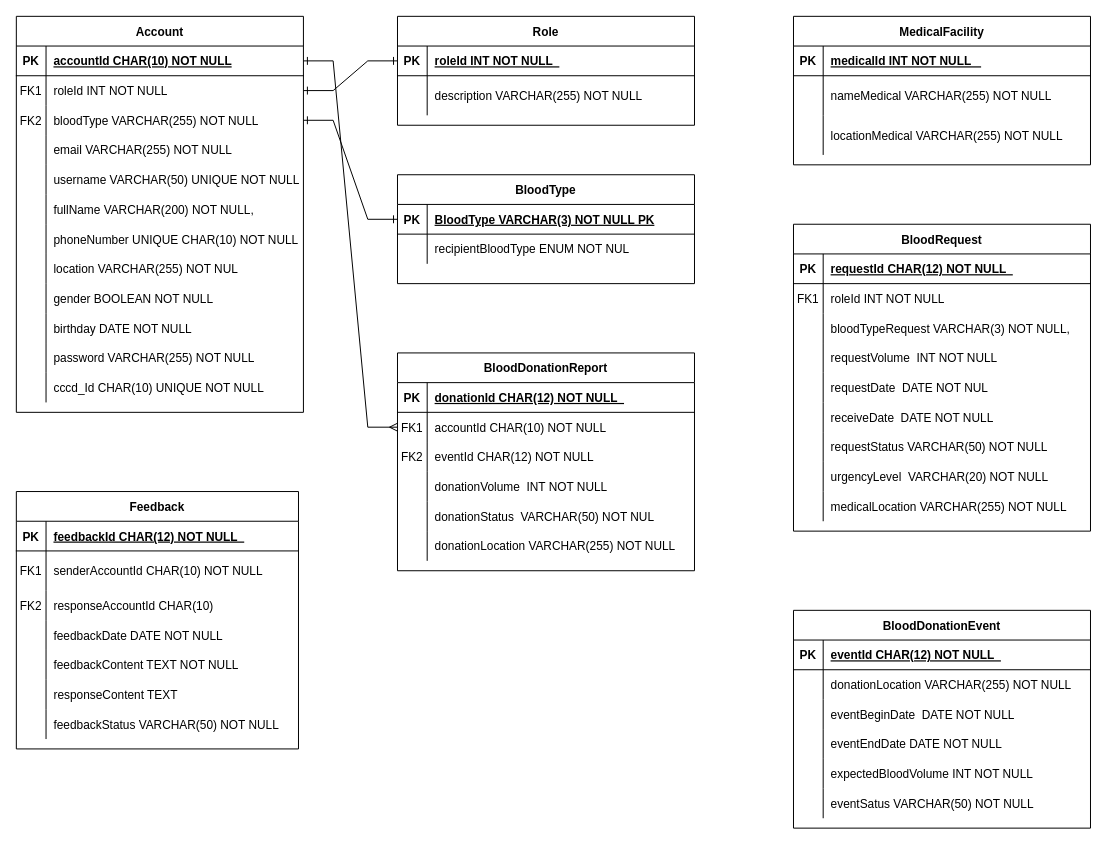
Earlier version of the draw.io diagram ERD.drawio (ThanhDucP/SU25_SWP391). Source tidied: cells renumbered, new cells numbered last; positions are measured from the earlier drawing's top-left corner, leaving out a move shared by most shapes. Both pictures are drawn from the tidied source at 99%, with x=0, y=0 at pixel (16, 16).
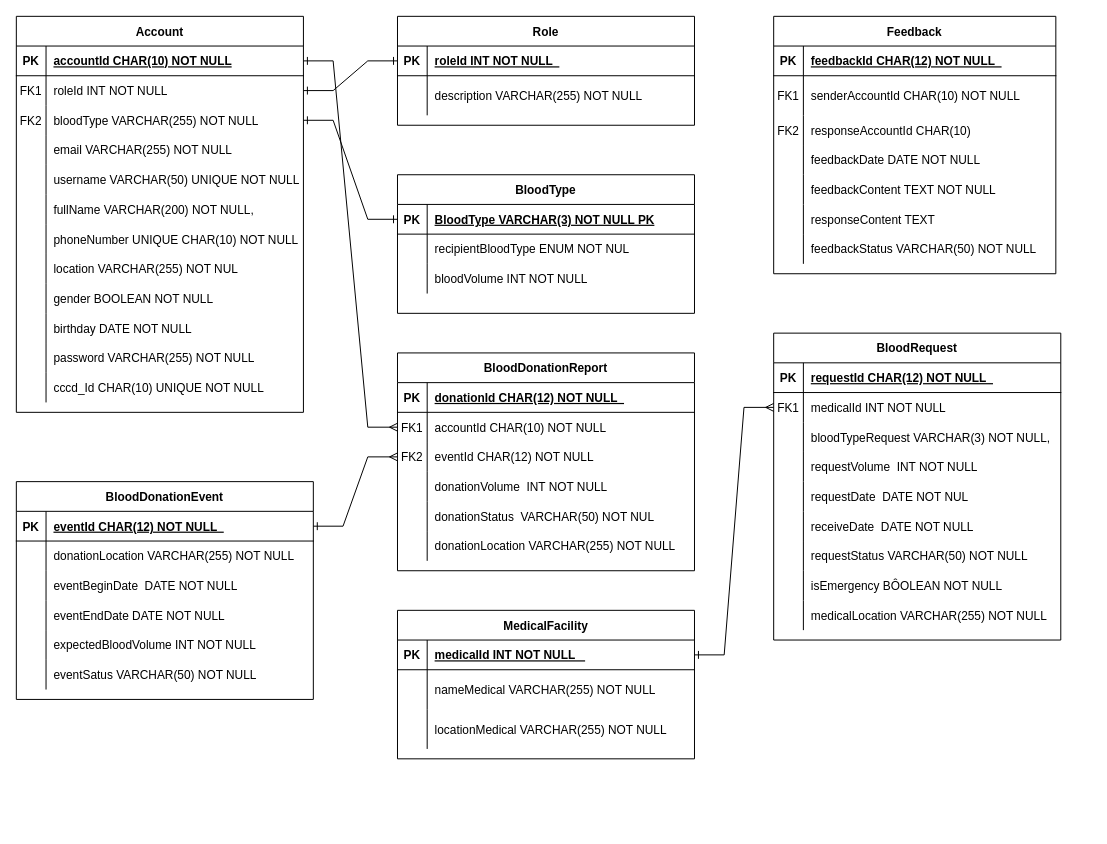
Above is the later version.

Commit message (it also covers changes not shown here):
Cập nhật ERD.drawio

The change refers to these unchanged cells:
```xml
<mxCell id="46" style="shape=partialRectangle;fillColor=none;points=[[0,0.5],[1,0.5]];portConstraint=eastwest;top=0;left=0;right=0;bottom=0;" parent="39" vertex="1">
  <mxGeometry y="90" width="300" height="30" as="geometry" />
</mxCell>
<mxCell id="87" style="shape=partialRectangle;fillColor=none;points=[[0,0.5],[1,0.5]];portConstraint=eastwest;top=0;left=0;right=0;bottom=1;" parent="86" vertex="1">
  <mxGeometry y="30" width="300" height="30" as="geometry" />
</mxCell>
<mxCell id="142" style="shape=partialRectangle;fillColor=none;points=[[0,0.5],[1,0.5]];portConstraint=eastwest;top=0;left=0;right=0;bottom=1;" parent="141" vertex="1">
  <mxGeometry y="30" width="300" height="30" as="geometry" />
</mxCell>
```

Change to the diagram source:
```diff
@@
     <mxCell id="58" value="BloodRequest" style="shape=table;startSize=30;childLayout=tableLayout;rowLines=0;fontStyle=1;align=center;" parent="1" vertex="1">
-      <mxGeometry x="785" y="210" width="300" height="310" as="geometry" />
+      <mxGeometry x="765" y="320" width="290" height="310" as="geometry" />
     </mxCell>
     <mxCell id="59" style="shape=partialRectangle;fillColor=none;top=0;left=0;right=0;bottom=1;" parent="58" vertex="1">
-      <mxGeometry y="30" width="300" height="30" as="geometry" />
+      <mxGeometry y="30" width="290" height="30" as="geometry" />
     </mxCell>
@@
     <mxCell id="61" value="requestId CHAR(12) NOT NULL  " style="shape=partialRectangle;overflow=hidden;fillColor=none;top=0;left=0;bottom=0;right=0;align=left;spacingLeft=6;fontStyle=5;" parent="59" vertex="1">
-      <mxGeometry x="30" width="270" height="30" as="geometry" />
+      <mxGeometry x="30" width="260" height="30" as="geometry" />
     </mxCell>
     <mxCell id="62" style="shape=partialRectangle;fillColor=none;points=[[0,0.5],[1,0.5]];portConstraint=eastwest;top=0;left=0;right=0;bottom=0;" parent="58" vertex="1">
-      <mxGeometry y="60" width="300" height="30" as="geometry" />
+      <mxGeometry y="60" width="290" height="30" as="geometry" />
     </mxCell>
@@
-    <mxCell id="64" value="roleId INT NOT NULL  " style="shape=partialRectangle;overflow=hidden;fillColor=none;top=0;left=0;bottom=0;right=0;align=left;spacingLeft=6;fontStyle=0;" parent="62" vertex="1">
-      <mxGeometry x="30" width="270" height="30" as="geometry" />
+    <mxCell id="64" value="medicalId INT NOT NULL   " style="shape=partialRectangle;overflow=hidden;fillColor=none;top=0;left=0;bottom=0;right=0;align=left;spacingLeft=6;fontStyle=0;" parent="62" vertex="1">
+      <mxGeometry x="30" width="260" height="30" as="geometry" />
     </mxCell>
     <mxCell id="65" style="shape=partialRectangle;fillColor=none;top=0;left=0;right=0;bottom=0;" parent="58" vertex="1">
-      <mxGeometry y="90" width="300" height="30" as="geometry" />
+      <mxGeometry y="90" width="290" height="30" as="geometry" />
     </mxCell>
@@
     <mxCell id="67" value="bloodTypeRequest VARCHAR(3) NOT NULL, " style="shape=partialRectangle;overflow=hidden;fillColor=none;top=0;left=0;bottom=0;right=0;align=left;spacingLeft=6;" parent="65" vertex="1">
-      <mxGeometry x="30" width="270" height="30" as="geometry" />
+      <mxGeometry x="30" width="260" height="30" as="geometry" />
     </mxCell>
     <mxCell id="68" style="shape=partialRectangle;fillColor=none;top=0;left=0;right=0;bottom=0;" parent="58" vertex="1">
-      <mxGeometry y="120" width="300" height="30" as="geometry" />
+      <mxGeometry y="120" width="290" height="30" as="geometry" />
     </mxCell>
@@
     <mxCell id="70" value="requestVolume  INT NOT NULL" style="shape=partialRectangle;overflow=hidden;fillColor=none;top=0;left=0;bottom=0;right=0;align=left;spacingLeft=6;" parent="68" vertex="1">
-      <mxGeometry x="30" width="270" height="30" as="geometry" />
+      <mxGeometry x="30" width="260" height="30" as="geometry" />
     </mxCell>
     <mxCell id="71" style="shape=partialRectangle;fillColor=none;top=0;left=0;right=0;bottom=0;" parent="58" vertex="1">
-      <mxGeometry y="150" width="300" height="30" as="geometry" />
+      <mxGeometry y="150" width="290" height="30" as="geometry" />
     </mxCell>
@@
     <mxCell id="73" value="requestDate  DATE NOT NUL" style="shape=partialRectangle;overflow=hidden;fillColor=none;top=0;left=0;bottom=0;right=0;align=left;spacingLeft=6;" parent="71" vertex="1">
-      <mxGeometry x="30" width="270" height="30" as="geometry" />
+      <mxGeometry x="30" width="260" height="30" as="geometry" />
     </mxCell>
     <mxCell id="74" style="shape=partialRectangle;fillColor=none;top=0;left=0;right=0;bottom=0;" parent="58" vertex="1">
-      <mxGeometry y="180" width="300" height="30" as="geometry" />
+      <mxGeometry y="180" width="290" height="30" as="geometry" />
     </mxCell>
@@
     <mxCell id="76" value="receiveDate  DATE NOT NULL" style="shape=partialRectangle;overflow=hidden;fillColor=none;top=0;left=0;bottom=0;right=0;align=left;spacingLeft=6;" parent="74" vertex="1">
-      <mxGeometry x="30" width="270" height="30" as="geometry" />
+      <mxGeometry x="30" width="260" height="30" as="geometry" />
     </mxCell>
     <mxCell id="77" style="shape=partialRectangle;fillColor=none;top=0;left=0;right=0;bottom=0;" parent="58" vertex="1">
-      <mxGeometry y="210" width="300" height="30" as="geometry" />
+      <mxGeometry y="210" width="290" height="30" as="geometry" />
     </mxCell>
@@
     <mxCell id="79" value="requestStatus VARCHAR(50) NOT NULL" style="shape=partialRectangle;overflow=hidden;fillColor=none;top=0;left=0;bottom=0;right=0;align=left;spacingLeft=6;" parent="77" vertex="1">
-      <mxGeometry x="30" width="270" height="30" as="geometry" />
+      <mxGeometry x="30" width="260" height="30" as="geometry" />
     </mxCell>
     <mxCell id="80" style="shape=partialRectangle;fillColor=none;top=0;left=0;right=0;bottom=0;" parent="58" vertex="1">
-      <mxGeometry y="240" width="300" height="30" as="geometry" />
+      <mxGeometry y="240" width="290" height="30" as="geometry" />
     </mxCell>
@@
-    <mxCell id="82" value="urgencyLevel  VARCHAR(20) NOT NULL" style="shape=partialRectangle;overflow=hidden;fillColor=none;top=0;left=0;bottom=0;right=0;align=left;spacingLeft=6;" parent="80" vertex="1">
-      <mxGeometry x="30" width="270" height="30" as="geometry" />
+    <mxCell id="82" value="isEmergency BÔOLEAN NOT NULL" style="shape=partialRectangle;overflow=hidden;fillColor=none;top=0;left=0;bottom=0;right=0;align=left;spacingLeft=6;" parent="80" vertex="1">
+      <mxGeometry x="30" width="260" height="30" as="geometry" />
     </mxCell>
     <mxCell id="83" style="shape=partialRectangle;fillColor=none;top=0;left=0;right=0;bottom=0;" parent="58" vertex="1">
-      <mxGeometry y="270" width="300" height="30" as="geometry" />
+      <mxGeometry y="270" width="290" height="30" as="geometry" />
     </mxCell>
@@
     <mxCell id="85" value="medicalLocation VARCHAR(255) NOT NULL" style="shape=partialRectangle;overflow=hidden;fillColor=none;top=0;left=0;bottom=0;right=0;align=left;spacingLeft=6;" parent="83" vertex="1">
-      <mxGeometry x="30" width="270" height="30" as="geometry" />
+      <mxGeometry x="30" width="260" height="30" as="geometry" />
     </mxCell>
     <mxCell id="86" value="BloodDonationEvent" style="shape=table;startSize=30;childLayout=tableLayout;rowLines=0;fontStyle=1;align=center;" parent="1" vertex="1">
-      <mxGeometry x="785" y="600" width="300" height="220" as="geometry" />
+      <mxGeometry y="470" width="300" height="220" as="geometry" />
     </mxCell>
@@
     <mxCell id="105" value="Feedback" style="shape=table;startSize=30;childLayout=tableLayout;rowLines=0;fontStyle=1;align=center;" parent="1" vertex="1">
-      <mxGeometry y="480" width="285" height="260" as="geometry" />
+      <mxGeometry x="765" width="285" height="260" as="geometry" />
     </mxCell>
@@
     <mxCell id="134" value="BloodType" style="shape=table;startSize=30;childLayout=tableLayout;rowLines=0;fontStyle=1;align=center;" parent="1" vertex="1">
-      <mxGeometry x="385" y="160" width="300" height="110" as="geometry" />
+      <mxGeometry x="385" y="160" width="300" height="140" as="geometry" />
     </mxCell>
@@
+    <mxCell id="154" style="shape=partialRectangle;fillColor=none;top=0;left=0;right=0;bottom=0;" parent="134" vertex="1">
+      <mxGeometry y="90" width="300" height="30" as="geometry" />
+    </mxCell>
+    <mxCell id="155" style="shape=partialRectangle;overflow=hidden;fillColor=none;top=0;left=0;bottom=0;right=0;" parent="154" vertex="1">
+      <mxGeometry width="30" height="30" as="geometry" />
+    </mxCell>
+    <mxCell id="156" value="bloodVolume INT NOT NULL" style="shape=partialRectangle;overflow=hidden;fillColor=none;top=0;left=0;bottom=0;right=0;align=left;spacingLeft=6;" parent="154" vertex="1">
+      <mxGeometry x="30" width="270" height="30" as="geometry" />
+    </mxCell>
     <mxCell id="141" value="MedicalFacility" style="shape=table;startSize=30;childLayout=tableLayout;rowLines=0;fontStyle=1;align=center;" parent="1" vertex="1">
-      <mxGeometry x="785" width="300" height="150" as="geometry" />
+      <mxGeometry x="385" y="600" width="300" height="150" as="geometry" />
     </mxCell>
@@
+    <mxCell id="157" style="edgeStyle=entityRelationEdgeStyle;fontSize=12;html=1;endArrow=ERmany;rounded=0;entryX=0;entryY=0.5;entryDx=0;entryDy=0;exitX=1;exitY=0.5;exitDx=0;exitDy=0;startArrow=ERone;startFill=0;" parent="1" edge="1" source="87" target="46">
+      <mxGeometry relative="1" as="geometry" />
+    </mxCell>
+    <mxCell id="158" style="edgeStyle=entityRelationEdgeStyle;fontSize=12;html=1;endArrow=ERmany;rounded=0;entryX=0;entryY=0.5;entryDx=0;entryDy=0;exitX=1;exitY=0.5;exitDx=0;exitDy=0;startArrow=ERone;startFill=0;" parent="1" edge="1" source="142" target="62">
+      <mxGeometry relative="1" as="geometry" />
+    </mxCell>
```
